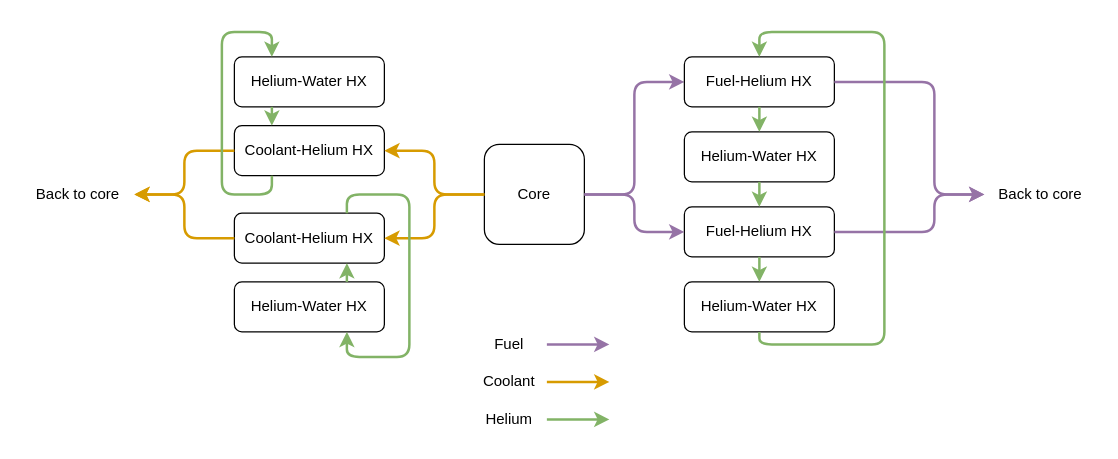
Above: figures/ARE_schematic_flow.drawio in LukeLabrie/msc_eng_thesis (draw.io), before the change. Source tidied: cells renumbered, new cells numbered last; positions are measured from the earlier drawing's top-left corner, leaving out a move shared by most shapes. Both pictures are drawn from the tidied source at 125%, with x=0, y=0 at pixel (21, 31).
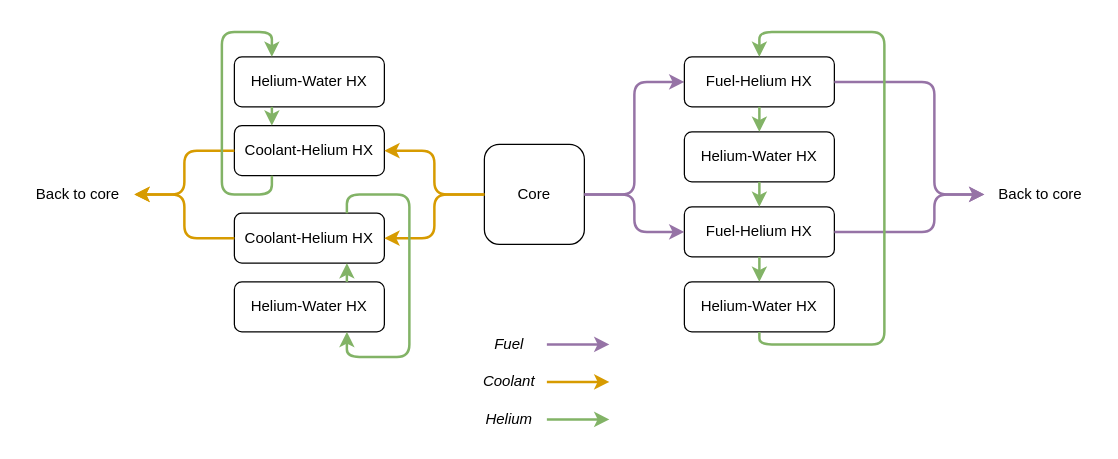
The same page after the edit.

Diff of the diagram source:
```diff
@@
-    <mxCell id="32" value="Fuel" style="text;html=1;strokeColor=none;fillColor=none;align=center;verticalAlign=middle;whiteSpace=wrap;rounded=0;" parent="1" vertex="1">
+    <mxCell id="32" value="Fuel" style="text;html=1;strokeColor=none;fillColor=none;align=center;verticalAlign=middle;whiteSpace=wrap;rounded=0;fontStyle=2;" parent="1" vertex="1">
       <mxGeometry x="360" y="235" width="60" height="30" as="geometry" />
     </mxCell>
-    <mxCell id="33" value="Coolant" style="text;html=1;strokeColor=none;fillColor=none;align=center;verticalAlign=middle;whiteSpace=wrap;rounded=0;" parent="1" vertex="1">
+    <mxCell id="33" value="Coolant" style="text;html=1;strokeColor=none;fillColor=none;align=center;verticalAlign=middle;whiteSpace=wrap;rounded=0;fontStyle=2;" parent="1" vertex="1">
       <mxGeometry x="360" y="265" width="60" height="30" as="geometry" />
     </mxCell>
-    <mxCell id="34" value="Helium" style="text;html=1;strokeColor=none;fillColor=none;align=center;verticalAlign=middle;whiteSpace=wrap;rounded=0;" parent="1" vertex="1">
+    <mxCell id="34" value="Helium" style="text;html=1;strokeColor=none;fillColor=none;align=center;verticalAlign=middle;whiteSpace=wrap;rounded=0;fontStyle=2;" parent="1" vertex="1">
       <mxGeometry x="360" y="295" width="60" height="30" as="geometry" />
     </mxCell>
```
